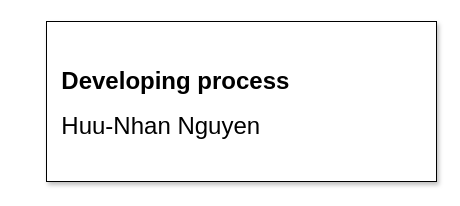
Earlier version of the draw.io diagram page "Next" (3 of 3) of PNIXEventProcess.drawio (huunhan312/CodeDiagram). Source tidied: cells renumbered, new cells numbered last; positions are measured from the earlier drawing's top-left corner, leaving out a move shared by most shapes. Both pictures are drawn from the tidied source at 100%, with x=0, y=0 at pixel (46, 21).
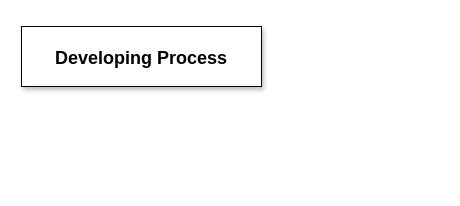
After the change.

What changed in the source:
```diff
@@
 <mxGraphModel>
   <root>
     <mxCell id="0" />
     <mxCell id="1" parent="0" />
-    <mxCell id="2" value="&lt;h1 style=&quot;&quot;&gt;&lt;span style=&quot;font-size: 24px; background-color: transparent; color: light-dark(rgb(0, 0, 0), rgb(255, 255, 255));&quot;&gt;&amp;nbsp; Developing process&lt;/span&gt;&lt;/h1&gt;&lt;p&gt;&lt;span style=&quot;font-size: 24px; background-color: transparent; color: light-dark(rgb(0, 0, 0), rgb(255, 255, 255));&quot;&gt;&amp;nbsp; Huu-Nhan Nguyen&lt;/span&gt;&lt;/p&gt;" style="rounded=0;whiteSpace=wrap;html=1;shadow=1;align=left;" parent="1" vertex="1">
-      <mxGeometry width="390" height="160" as="geometry" />
-    </mxCell>
+    <mxCell id="3" value="&lt;h1 style=&quot;&quot;&gt;&lt;span style=&quot;background-color: transparent; color: light-dark(rgb(0, 0, 0), rgb(255, 255, 255));&quot;&gt;&lt;font style=&quot;font-size: 18px;&quot;&gt;Developing Process&lt;/font&gt;&lt;/span&gt;&lt;/h1&gt;" style="rounded=0;whiteSpace=wrap;html=1;shadow=1;align=center;" parent="1" vertex="1">
+      <mxGeometry x="-25" y="5" width="240" height="60" as="geometry" />
+    </mxCell>
   </root>
 </mxGraphModel>
```
